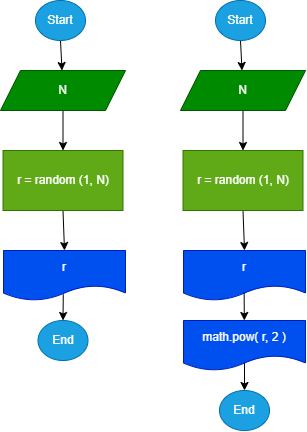
Before: practice_temp/tasks.drawio.png, a diagram exported from draw.io (Morfishka/Practicum). Source tidied: cells renumbered, new cells last; positions are measured from the earlier drawing's top-left corner, leaving out a move shared by most shapes.
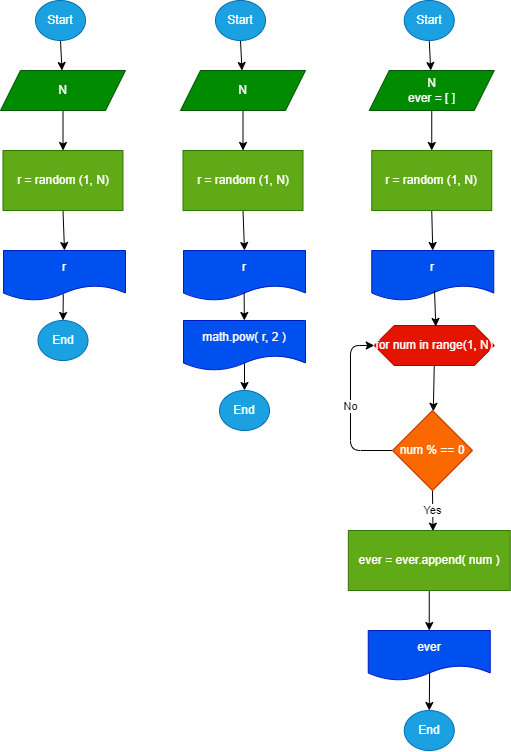
After the change.

Change to the diagram source:
```diff
@@ -64,5 +64,66 @@
     <mxCell id="21" style="endArrow=classic;html=1;exitX=0.497;exitY=0.845;exitDx=0;exitDy=0;exitPerimeter=0;" parent="1" edge="1" source="17" target="20">
       <mxGeometry relative="1" as="geometry" />
     </mxCell>
+    <mxCell id="22" style="edgeStyle=none;html=1;exitX=0.5;exitY=1;exitDx=0;exitDy=0;" parent="1" edge="1" source="23" target="25">
+      <mxGeometry relative="1" as="geometry" />
+    </mxCell>
+    <mxCell id="23" value="Start" style="ellipse;whiteSpace=wrap;html=1;fillColor=#1ba1e2;fontColor=#ffffff;strokeColor=#006EAF;" parent="1" vertex="1">
+      <mxGeometry x="403.8" width="50" height="40" as="geometry" />
+    </mxCell>
+    <mxCell id="24" style="edgeStyle=none;html=1;" parent="1" edge="1" source="25" target="27">
+      <mxGeometry relative="1" as="geometry" />
+    </mxCell>
+    <mxCell id="25" value="N&lt;br&gt;ever = [ ]" style="shape=parallelogram;perimeter=parallelogramPerimeter;whiteSpace=wrap;html=1;fixedSize=1;fillColor=#008a00;fontColor=#ffffff;strokeColor=#005700;" parent="1" vertex="1">
+      <mxGeometry x="368.8" y="70" width="125" height="40" as="geometry" />
+    </mxCell>
+    <mxCell id="26" style="edgeStyle=none;html=1;entryX=0.5;entryY=0;entryDx=0;entryDy=0;exitX=0.5;exitY=1;exitDx=0;exitDy=0;" parent="1" edge="1" source="27" target="28">
+      <mxGeometry relative="1" as="geometry" />
+    </mxCell>
+    <mxCell id="27" value="r = random (1, N)" style="whiteSpace=wrap;html=1;fillColor=#60a917;fontColor=#ffffff;strokeColor=#2D7600;" parent="1" vertex="1">
+      <mxGeometry x="371.2" y="150" width="120" height="60" as="geometry" />
+    </mxCell>
+    <mxCell id="28" value="r" style="shape=document;whiteSpace=wrap;html=1;boundedLbl=1;fillColor=#0050ef;fontColor=#ffffff;strokeColor=#001DBC;" parent="1" vertex="1">
+      <mxGeometry x="371.2" y="250" width="122" height="50" as="geometry" />
+    </mxCell>
+    <mxCell id="29" value="End" style="ellipse;whiteSpace=wrap;html=1;fillColor=#1ba1e2;fontColor=#ffffff;strokeColor=#006EAF;" parent="1" vertex="1">
+      <mxGeometry x="403.8" y="710" width="50" height="40" as="geometry" />
+    </mxCell>
+    <mxCell id="30" style="endArrow=classic;html=1;entryX=0.5;entryY=0;entryDx=0;entryDy=0;exitX=0.503;exitY=0.836;exitDx=0;exitDy=0;exitPerimeter=0;" parent="1" edge="1" source="36" target="29">
+      <mxGeometry relative="1" as="geometry" />
+    </mxCell>
+    <mxCell id="31" value="Yes" style="edgeStyle=none;html=1;entryX=0.523;entryY=0.011;entryDx=0;entryDy=0;entryPerimeter=0;exitX=0.5;exitY=1;exitDx=0;exitDy=0;" parent="1" edge="1" source="39" target="35">
+      <mxGeometry relative="1" as="geometry" />
+    </mxCell>
+    <mxCell id="32" style="edgeStyle=none;html=1;exitX=0.5;exitY=1;exitDx=0;exitDy=0;" parent="1" edge="1" source="33" target="39">
+      <mxGeometry relative="1" as="geometry" />
+    </mxCell>
+    <mxCell id="33" value="for num in range(1, N)" style="shape=hexagon;perimeter=hexagonPerimeter2;whiteSpace=wrap;html=1;fixedSize=1;fillColor=#e51400;fontColor=#ffffff;strokeColor=#B20000;" parent="1" vertex="1">
+      <mxGeometry x="373.8" y="325" width="120" height="40" as="geometry" />
+    </mxCell>
+    <mxCell id="34" style="edgeStyle=none;html=1;exitX=0.5;exitY=1;exitDx=0;exitDy=0;entryX=0.5;entryY=0;entryDx=0;entryDy=0;" parent="1" edge="1" source="35" target="36">
+      <mxGeometry relative="1" as="geometry" />
+    </mxCell>
+    <mxCell id="35" value="ever = ever.append( num )" style="rounded=0;whiteSpace=wrap;html=1;fillColor=#60a917;fontColor=#ffffff;strokeColor=#2D7600;" parent="1" vertex="1">
+      <mxGeometry x="347.8" y="530" width="161.9" height="60" as="geometry" />
+    </mxCell>
+    <mxCell id="36" value="ever" style="shape=document;whiteSpace=wrap;html=1;boundedLbl=1;fillColor=#0050ef;fontColor=#ffffff;strokeColor=#001DBC;" parent="1" vertex="1">
+      <mxGeometry x="367.8" y="630" width="122" height="50" as="geometry" />
+    </mxCell>
+    <mxCell id="37" style="endArrow=classic;html=1;entryX=0.513;entryY=0.024;entryDx=0;entryDy=0;entryPerimeter=0;" parent="1" edge="1" target="33">
+      <mxGeometry relative="1" as="geometry">
+        <mxPoint x="434" y="290" as="sourcePoint" />
+      </mxGeometry>
+    </mxCell>
+    <mxCell id="38" value="No" style="edgeStyle=none;html=1;exitX=0;exitY=0.5;exitDx=0;exitDy=0;entryX=0;entryY=0.5;entryDx=0;entryDy=0;" parent="1" edge="1" source="39" target="33">
+      <mxGeometry relative="1" as="geometry">
+        <Array as="points">
+          <mxPoint x="350" y="450" />
+          <mxPoint x="350" y="345" />
+        </Array>
+      </mxGeometry>
+    </mxCell>
+    <mxCell id="39" value="&lt;span style=&quot;color: rgb(255 , 255 , 255)&quot;&gt;num % == 0&lt;/span&gt;" style="rhombus;whiteSpace=wrap;html=1;fillColor=#fa6800;fontColor=#000000;strokeColor=#C73500;" parent="1" vertex="1">
+      <mxGeometry x="392" y="410" width="80" height="80" as="geometry" />
+    </mxCell>
   </root>
 </mxGraphModel>
```
